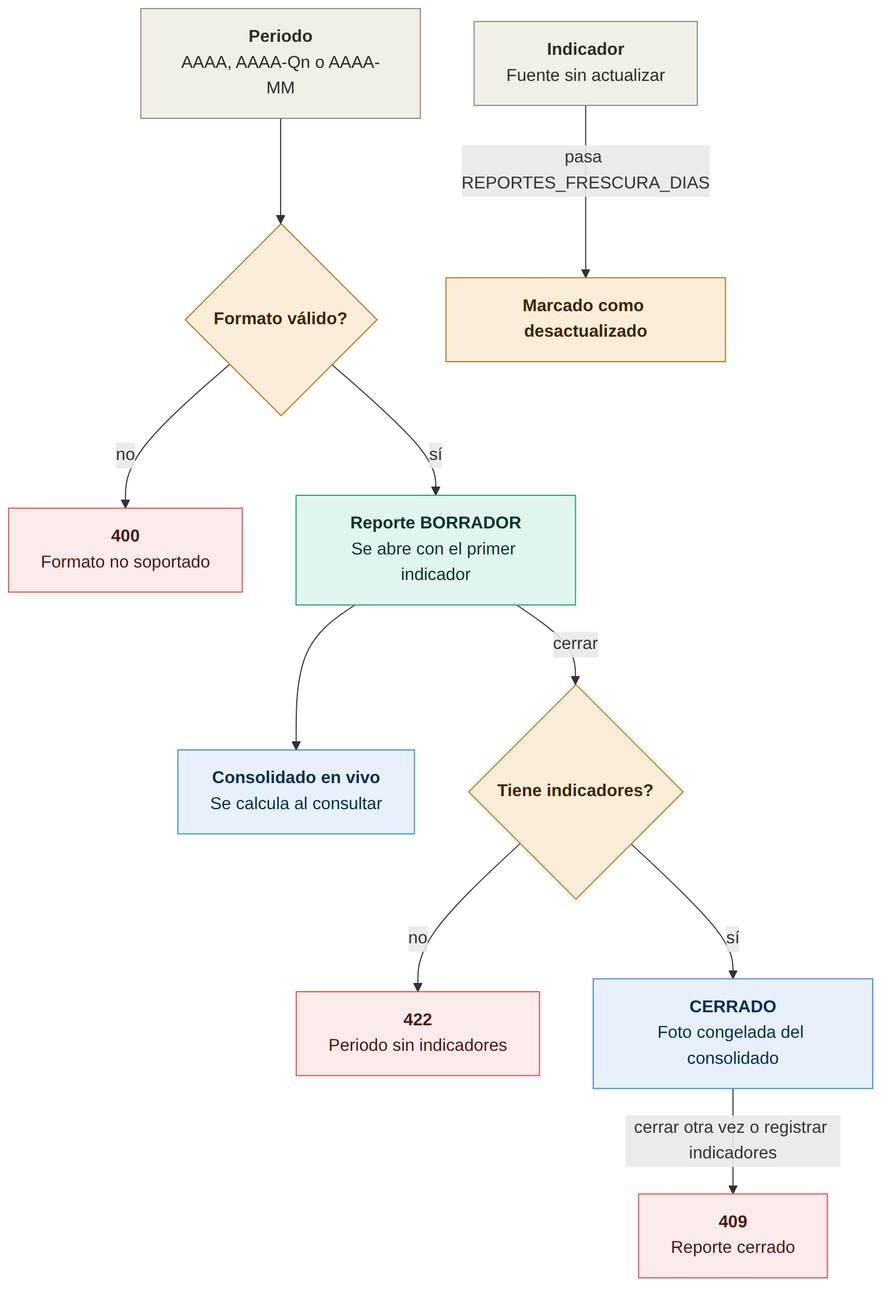
Above: reportes-ejecutivos-ms/docs/diagramas/01-reglas-de-estado.png in josesaid/EMPRESA_JOSESAID (Mermaid), before the change. Its source is kept beside it as reportes-ejecutivos-ms/docs/diagramas/01-reglas-de-estado.mmd. Source of this version:
```mermaid
flowchart TD
  A["<b>Periodo</b><br/>AAAA, AAAA-Qn o AAAA-MM"]:::actor --> B{"<b>Formato válido?</b>"}:::pendiente
  B -- "no" --> C["<b>400</b><br/>Formato no soportado"]:::alerta
  B -- "sí" --> D["<b>Reporte BORRADOR</b><br/>Se abre con el primer indicador"]:::servicio
  D --> E["<b>Consolidado en vivo</b><br/>Se calcula al consultar"]:::datos
  D -- "cerrar" --> F{"<b>Tiene indicadores?</b>"}:::pendiente
  F -- "no" --> G["<b>422</b><br/>Periodo sin indicadores"]:::alerta
  F -- "sí" --> H["<b>CERRADO</b><br/>Foto congelada del consolidado"]:::datos
  H -- "cerrar otra vez o registrar indicadores" --> I["<b>409</b><br/>Reporte cerrado"]:::alerta
  J["<b>Indicador</b><br/>Fuente sin actualizar"]:::actor -- "pasa REPORTES_FRESCURA_DIAS" --> K["<b>Marcado como desactualizado</b>"]:::pendiente

  classDef actor fill:#F1EFE8,stroke:#888780,color:#2C2C2A
  classDef servicio fill:#E1F5EE,stroke:#1D9E75,color:#04342C
  classDef datos fill:#E6F1FB,stroke:#378ADD,color:#042C53
  classDef alerta fill:#FCEBEB,stroke:#E24B4A,color:#501313
  classDef pendiente fill:#FAEEDA,stroke:#BA7517,color:#412402
```
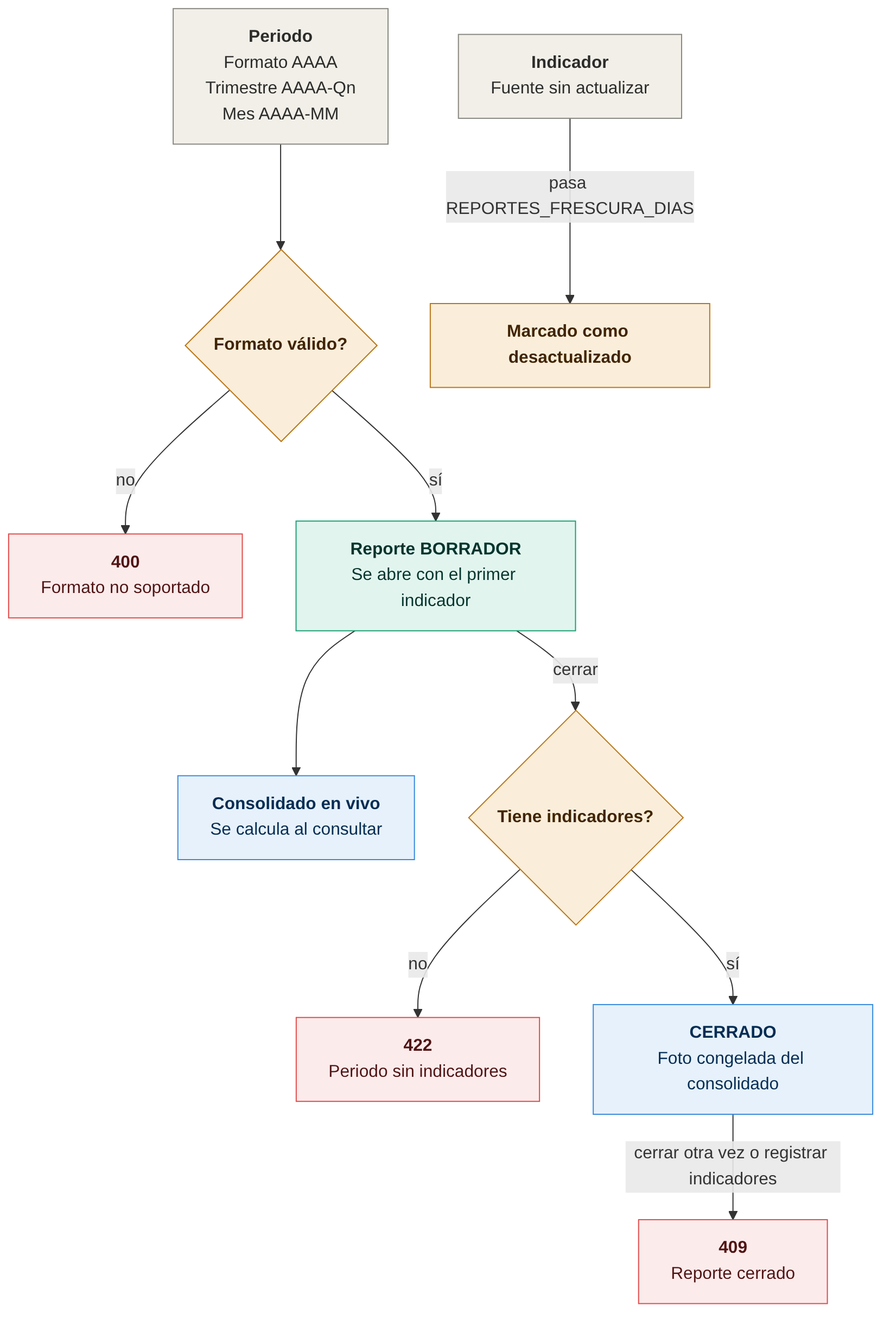
After the commit.

Commit message:
docs(reportes): ajusta la etiqueta de periodo en el diagrama de reglas de estado

Claude-Session: https://claude.ai/code/session_01QDKu8QPGbTqSWtHiDCncub

Diff of the diagram source:
```diff
@@ -1,5 +1,5 @@
 flowchart TD
-  A["<b>Periodo</b><br/>AAAA, AAAA-Qn o AAAA-MM"]:::actor --> B{"<b>Formato válido?</b>"}:::pendiente
+  A["<b>Periodo</b><br/>Formato AAAA<br/>Trimestre AAAA-Qn<br/>Mes AAAA-MM"]:::actor --> B{"<b>Formato válido?</b>"}:::pendiente
   B -- "no" --> C["<b>400</b><br/>Formato no soportado"]:::alerta
   B -- "sí" --> D["<b>Reporte BORRADOR</b><br/>Se abre con el primer indicador"]:::servicio
   D --> E["<b>Consolidado en vivo</b><br/>Se calcula al consultar"]:::datos
```
